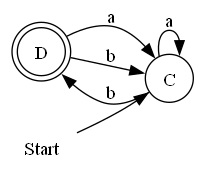
Earlier version of the Graphviz export static/dfa_after_minimization.png (EkaPutra0856/TBA). Its source is kept beside it as dfa_after_minimization.dot.
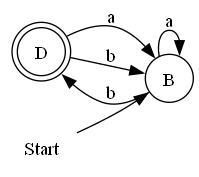
The same file after the commit.

The edit, as a diff of the source:
```diff
@@ -2,10 +2,10 @@
     graph [rankdir=LR]
     node [shape=circle]
     D [shape=doublecircle]
-    C -> C [label=" a "]
-    C -> D [label=" b "]
-    D -> C [label=" a "]
-    D -> C [label=" b "]
+    B -> B [label=" a "]
+    B -> D [label=" b "]
+    D -> B [label=" a "]
+    D -> B [label=" b "]
     start [label="Start" shape=none]
-    start -> C
+    start -> B
 }
```
